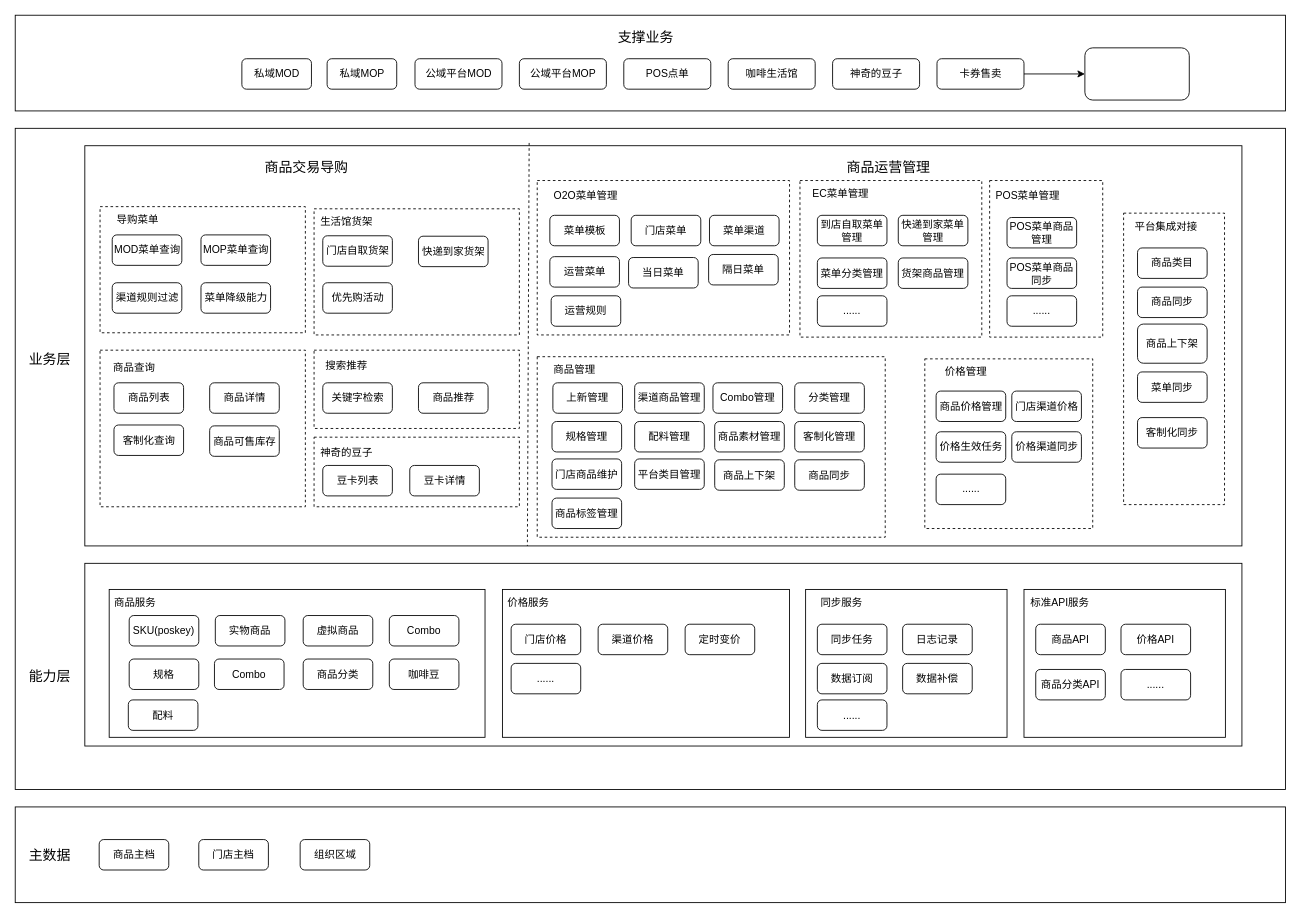
alexzhang2015/PC2.0 keeps this draw.io diagram as PC2.0业务架构.drawio. Above is the earlier version. Source tidied: cells renumbered, new cells numbered last; positions are measured from the earlier drawing's top-left corner, leaving out a move shared by most shapes. Both pictures are drawn from the tidied source at 87%, with x=0, y=0 at pixel (15, 15).
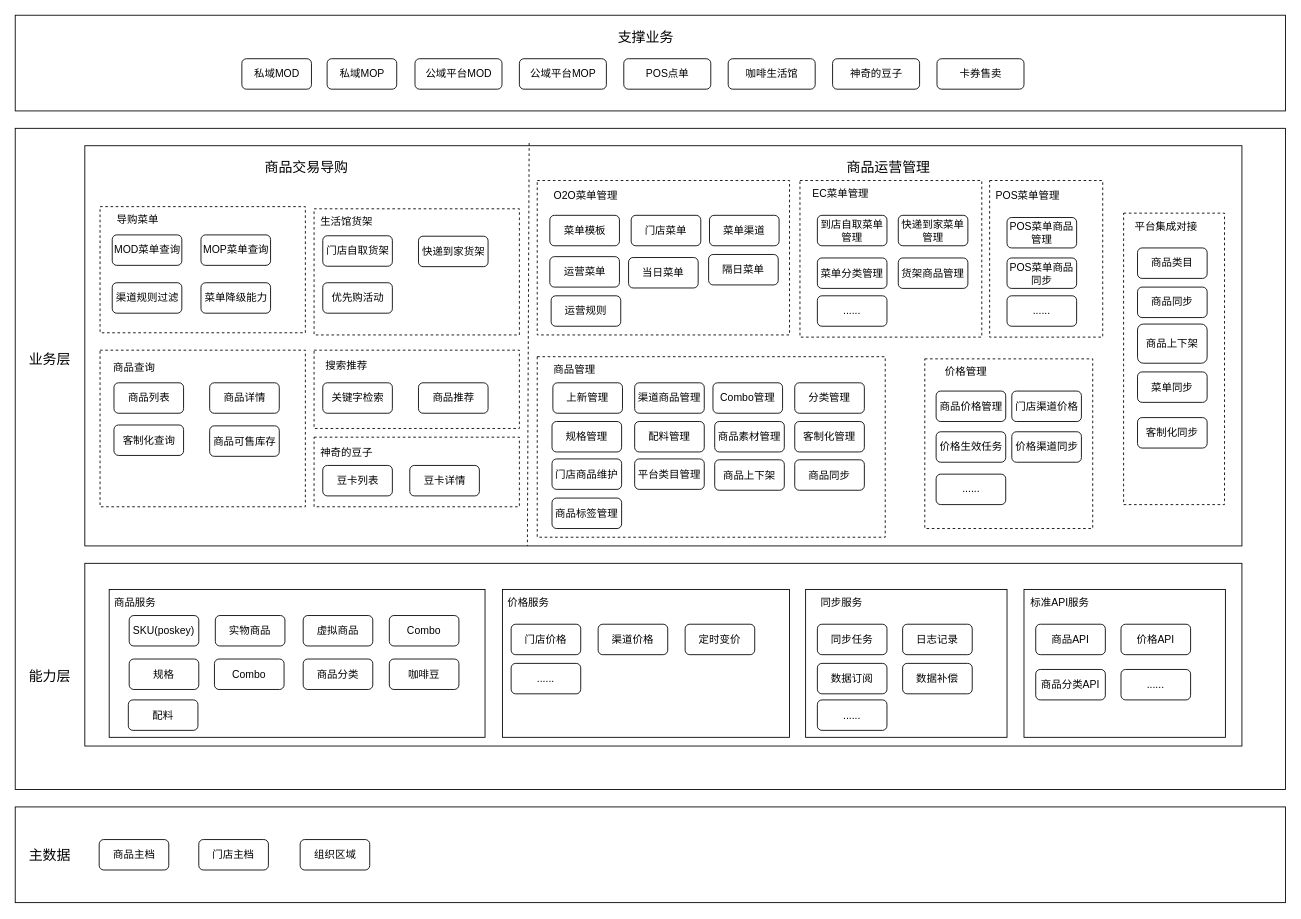
Above is the later version.

Commit message:
更新PC2.0业务架构.drawio

The change refers to these unchanged cells:
```xml
<mxCell id="10" value="卡券售卖" style="rounded=1;whiteSpace=wrap;html=1;" parent="1" vertex="1">
  <mxGeometry x="1059.5" y="50" width="100" height="35" as="geometry" />
</mxCell>
```

Diff of the diagram source:
```diff
@@
-    <mxCell id="9" style="edgeStyle=orthogonalEdgeStyle;rounded=0;jettySize=auto;html=1;" parent="1" edge="1" source="10" target="131">
-      <mxGeometry relative="1" as="geometry" />
-    </mxCell>
@@
-    <mxCell id="131" style="whiteSpace=wrap;html=1;rounded=1;" parent="1" vertex="1">
-      <mxGeometry x="1229.5" y="37.5" width="120" height="60" as="geometry" />
-    </mxCell>
```
